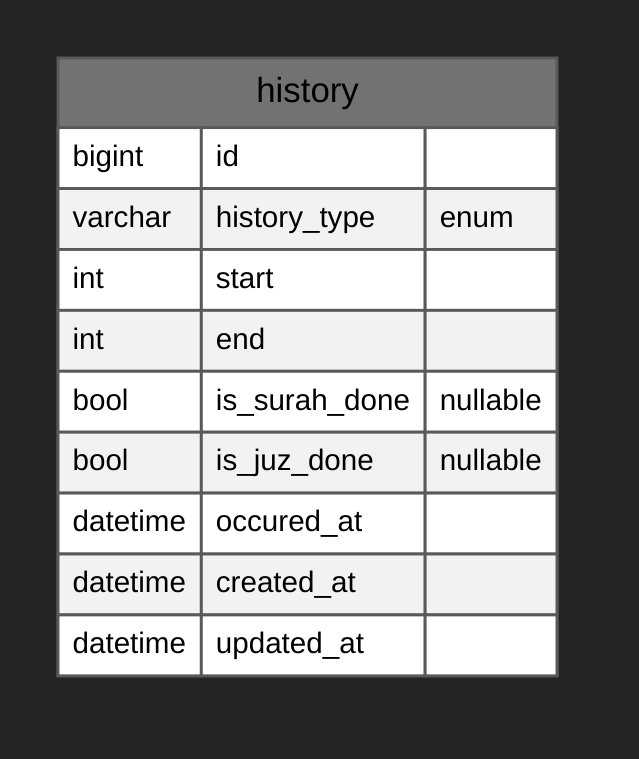
Above: erd.png in RR-Ardhika/murojaah (Mermaid), before the change. Its source is kept beside it as doc/diagram/erd.mmd.
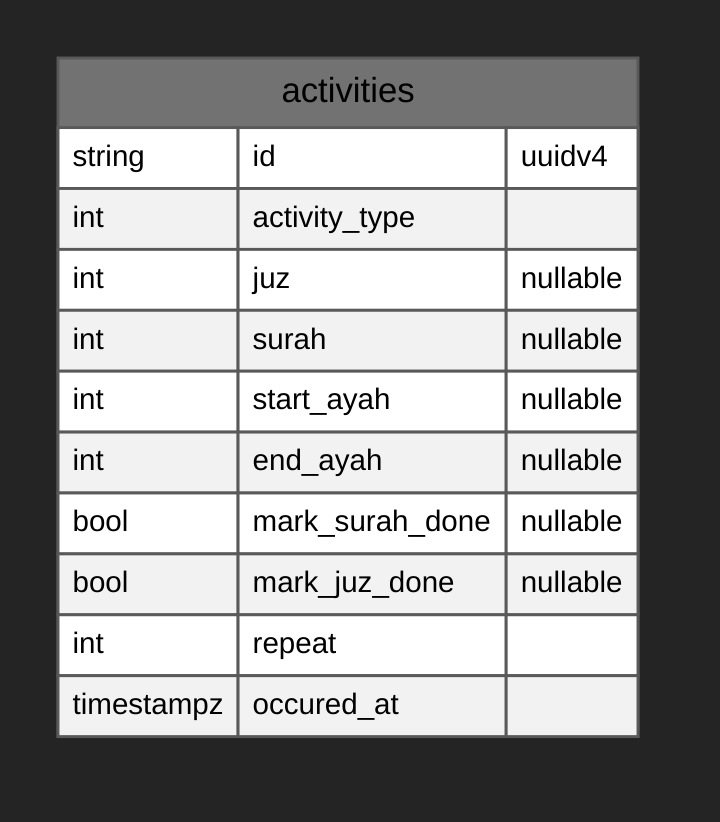
The same diagram one commit later.

Change to the diagram source:
```diff
@@ -10,14 +10,15 @@
 
 erDiagram
 
-history {
-  bigint id
-  varchar history_type "enum"
-  int start
-  int end
-  bool is_surah_done "nullable"
-  bool is_juz_done "nullable"
-  datetime occured_at
-  datetime created_at
-  datetime updated_at
+activities {
+  string id "uuidv4"
+  int activity_type
+  int juz "nullable"
+  int surah "nullable"
+  int start_ayah "nullable"
+  int end_ayah "nullable"
+  bool mark_surah_done "nullable"
+  bool mark_juz_done "nullable"
+  int repeat
+  timestampz occured_at
 }
```
